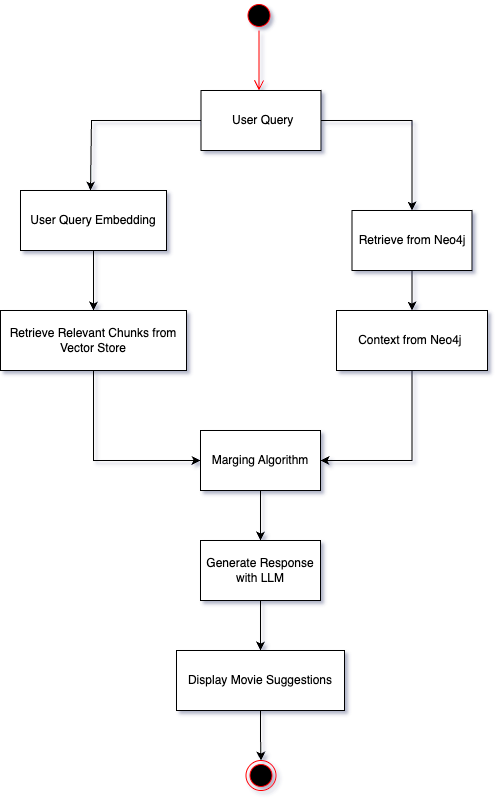
Above: Design Documents/Suggestion Generation.png in Halum/NLProc-Proj-M-SS25-team-basic (draw.io), before the change. Source tidied: cells renumbered, new cells last; positions are measured from the earlier drawing's top-left corner, leaving out a move shared by most shapes. Source of this version:
```xml
<mxGraphModel shadow="1">
  <root>
    <mxCell id="0" />
    <mxCell id="1" parent="0" />
    <mxCell id="2" style="ellipse;html=1;shape=startState;fillColor=#000000;strokeColor=#ff0000;" parent="1" vertex="1">
      <mxGeometry x="243.5" width="30" height="30" as="geometry" />
    </mxCell>
    <mxCell id="3" style="edgeStyle=orthogonalEdgeStyle;html=1;verticalAlign=bottom;endArrow=open;endSize=8;strokeColor=#ff0000;rounded=0;" parent="1" edge="1" source="2">
      <mxGeometry relative="1" as="geometry">
        <mxPoint x="258.5" y="90" as="targetPoint" />
      </mxGeometry>
    </mxCell>
    <mxCell id="4" style="edgeStyle=orthogonalEdgeStyle;rounded=0;jettySize=auto;html=1;" parent="1" edge="1" source="6" target="19">
      <mxGeometry relative="1" as="geometry" />
    </mxCell>
    <mxCell id="5" style="edgeStyle=orthogonalEdgeStyle;rounded=0;jettySize=auto;html=1;" parent="1" edge="1" source="6">
      <mxGeometry relative="1" as="geometry">
        <mxPoint x="90" y="190" as="targetPoint" />
        <Array as="points">
          <mxPoint x="91" y="120" />
        </Array>
      </mxGeometry>
    </mxCell>
    <mxCell id="6" value="&amp;nbsp;User Query" style="rounded=0;whiteSpace=wrap;html=1;" parent="1" vertex="1">
      <mxGeometry x="200.5" y="90" width="120" height="60" as="geometry" />
    </mxCell>
    <mxCell id="7" style="edgeStyle=orthogonalEdgeStyle;rounded=0;jettySize=auto;html=1;entryX=0.5;entryY=0;entryDx=0;entryDy=0;" parent="1" edge="1" source="8" target="10">
      <mxGeometry relative="1" as="geometry" />
    </mxCell>
    <mxCell id="8" value="User Query Embedding" style="rounded=0;whiteSpace=wrap;html=1;" parent="1" vertex="1">
      <mxGeometry x="20" y="190" width="146" height="60" as="geometry" />
    </mxCell>
    <mxCell id="9" style="edgeStyle=orthogonalEdgeStyle;rounded=0;jettySize=auto;html=1;entryX=0;entryY=0.5;entryDx=0;entryDy=0;exitX=0.5;exitY=1;exitDx=0;exitDy=0;" parent="1" edge="1" source="10" target="21">
      <mxGeometry relative="1" as="geometry" />
    </mxCell>
    <mxCell id="10" value="Retrieve Relevant Chunks from Vector Store" style="rounded=0;whiteSpace=wrap;html=1;" parent="1" vertex="1">
      <mxGeometry y="310" width="186" height="60" as="geometry" />
    </mxCell>
    <mxCell id="11" style="edgeStyle=orthogonalEdgeStyle;rounded=0;jettySize=auto;html=1;entryX=1;entryY=0.5;entryDx=0;entryDy=0;exitX=0.5;exitY=1;exitDx=0;exitDy=0;" parent="1" edge="1" source="12" target="21">
      <mxGeometry relative="1" as="geometry" />
    </mxCell>
    <mxCell id="12" value="Context from Neo4j&amp;nbsp;" style="rounded=0;whiteSpace=wrap;html=1;" parent="1" vertex="1">
      <mxGeometry x="336" y="310" width="151" height="60" as="geometry" />
    </mxCell>
    <mxCell id="13" style="edgeStyle=orthogonalEdgeStyle;rounded=0;jettySize=auto;html=1;" parent="1" edge="1" source="14" target="16">
      <mxGeometry relative="1" as="geometry" />
    </mxCell>
    <mxCell id="14" value="Generate Response with LLM" style="rounded=0;whiteSpace=wrap;html=1;" parent="1" vertex="1">
      <mxGeometry x="200" y="540" width="120" height="60" as="geometry" />
    </mxCell>
    <mxCell id="15" style="edgeStyle=orthogonalEdgeStyle;rounded=0;jettySize=auto;html=1;entryX=0.5;entryY=0;entryDx=0;entryDy=0;" parent="1" edge="1" source="16" target="17">
      <mxGeometry relative="1" as="geometry" />
    </mxCell>
    <mxCell id="16" value="Display Movie Suggestions" style="rounded=0;whiteSpace=wrap;html=1;" parent="1" vertex="1">
      <mxGeometry x="176" y="650" width="168" height="60" as="geometry" />
    </mxCell>
    <mxCell id="17" style="ellipse;html=1;shape=endState;fillColor=#000000;strokeColor=#ff0000;" parent="1" vertex="1">
      <mxGeometry x="245.5" y="760" width="30" height="30" as="geometry" />
    </mxCell>
    <mxCell id="18" style="edgeStyle=orthogonalEdgeStyle;rounded=0;jettySize=auto;html=1;" parent="1" edge="1" source="19" target="12">
      <mxGeometry relative="1" as="geometry" />
    </mxCell>
    <mxCell id="19" value="Retrieve from Neo4j" style="rounded=0;whiteSpace=wrap;html=1;" parent="1" vertex="1">
      <mxGeometry x="351.5" y="210" width="120" height="60" as="geometry" />
    </mxCell>
    <mxCell id="20" style="edgeStyle=orthogonalEdgeStyle;rounded=0;jettySize=auto;html=1;entryX=0.5;entryY=0;entryDx=0;entryDy=0;" parent="1" edge="1" source="21" target="14">
      <mxGeometry relative="1" as="geometry" />
    </mxCell>
    <mxCell id="21" value="Marging Algorithm" style="rounded=0;whiteSpace=wrap;html=1;" parent="1" vertex="1">
      <mxGeometry x="200" y="430" width="120" height="60" as="geometry" />
    </mxCell>
  </root>
</mxGraphModel>
```
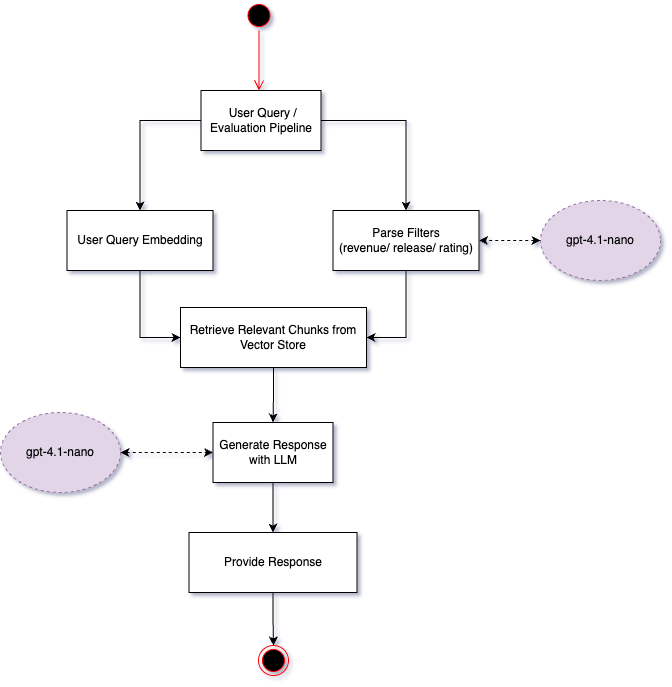
The same diagram one commit later.

What changed in the source:
```diff
@@ -3,71 +3,66 @@
     <mxCell id="0" />
     <mxCell id="1" parent="0" />
     <mxCell id="2" style="ellipse;html=1;shape=startState;fillColor=#000000;strokeColor=#ff0000;" parent="1" vertex="1">
-      <mxGeometry x="243.5" width="30" height="30" as="geometry" />
+      <mxGeometry x="113.5" y="-10" width="30" height="30" as="geometry" />
     </mxCell>
     <mxCell id="3" style="edgeStyle=orthogonalEdgeStyle;html=1;verticalAlign=bottom;endArrow=open;endSize=8;strokeColor=#ff0000;rounded=0;" parent="1" edge="1" source="2">
       <mxGeometry relative="1" as="geometry">
-        <mxPoint x="258.5" y="90" as="targetPoint" />
+        <mxPoint x="128.5" y="80" as="targetPoint" />
       </mxGeometry>
     </mxCell>
-    <mxCell id="4" style="edgeStyle=orthogonalEdgeStyle;rounded=0;jettySize=auto;html=1;" parent="1" edge="1" source="6" target="19">
+    <mxCell id="4" style="edgeStyle=orthogonalEdgeStyle;rounded=0;jettySize=auto;html=1;exitX=0;exitY=0.5;exitDx=0;exitDy=0;" parent="1" edge="1" source="6" target="8">
       <mxGeometry relative="1" as="geometry" />
     </mxCell>
-    <mxCell id="5" style="edgeStyle=orthogonalEdgeStyle;rounded=0;jettySize=auto;html=1;" parent="1" edge="1" source="6">
-      <mxGeometry relative="1" as="geometry">
-        <mxPoint x="90" y="190" as="targetPoint" />
-        <Array as="points">
-          <mxPoint x="91" y="120" />
-        </Array>
-      </mxGeometry>
+    <mxCell id="5" style="edgeStyle=orthogonalEdgeStyle;rounded=0;jettySize=auto;html=1;entryX=0.5;entryY=0;entryDx=0;entryDy=0;" parent="1" edge="1" source="6" target="17">
+      <mxGeometry relative="1" as="geometry" />
     </mxCell>
-    <mxCell id="6" value="&amp;nbsp;User Query" style="rounded=0;whiteSpace=wrap;html=1;" parent="1" vertex="1">
-      <mxGeometry x="200.5" y="90" width="120" height="60" as="geometry" />
+    <mxCell id="6" value="&amp;nbsp;User Query / Evaluation Pipeline" style="rounded=0;whiteSpace=wrap;html=1;" parent="1" vertex="1">
+      <mxGeometry x="70.5" y="80" width="120" height="60" as="geometry" />
     </mxCell>
-    <mxCell id="7" style="edgeStyle=orthogonalEdgeStyle;rounded=0;jettySize=auto;html=1;entryX=0.5;entryY=0;entryDx=0;entryDy=0;" parent="1" edge="1" source="8" target="10">
+    <mxCell id="7" style="edgeStyle=orthogonalEdgeStyle;rounded=0;jettySize=auto;html=1;entryX=0;entryY=0.5;entryDx=0;entryDy=0;" parent="1" edge="1" source="8" target="9">
       <mxGeometry relative="1" as="geometry" />
     </mxCell>
     <mxCell id="8" value="User Query Embedding" style="rounded=0;whiteSpace=wrap;html=1;" parent="1" vertex="1">
-      <mxGeometry x="20" y="190" width="146" height="60" as="geometry" />
+      <mxGeometry x="-63.5" y="200" width="146" height="60" as="geometry" />
     </mxCell>
-    <mxCell id="9" style="edgeStyle=orthogonalEdgeStyle;rounded=0;jettySize=auto;html=1;entryX=0;entryY=0.5;entryDx=0;entryDy=0;exitX=0.5;exitY=1;exitDx=0;exitDy=0;" parent="1" edge="1" source="10" target="21">
-      <mxGeometry relative="1" as="geometry" />
+    <mxCell id="9" value="Retrieve Relevant Chunks from Vector Store" style="rounded=0;whiteSpace=wrap;html=1;" parent="1" vertex="1">
+      <mxGeometry x="50" y="297" width="186" height="60" as="geometry" />
     </mxCell>
-    <mxCell id="10" value="Retrieve Relevant Chunks from Vector Store" style="rounded=0;whiteSpace=wrap;html=1;" parent="1" vertex="1">
-      <mxGeometry y="310" width="186" height="60" as="geometry" />
+    <mxCell id="10" style="edgeStyle=orthogonalEdgeStyle;rounded=0;jettySize=auto;html=1;" parent="1" edge="1" source="11" target="13">
+      <mxGeometry relative="1" as="geometry" />
     </mxCell>
-    <mxCell id="11" style="edgeStyle=orthogonalEdgeStyle;rounded=0;jettySize=auto;html=1;entryX=1;entryY=0.5;entryDx=0;entryDy=0;exitX=0.5;exitY=1;exitDx=0;exitDy=0;" parent="1" edge="1" source="12" target="21">
-      <mxGeometry relative="1" as="geometry" />
+    <mxCell id="11" value="Generate Response with LLM" style="rounded=0;whiteSpace=wrap;html=1;" parent="1" vertex="1">
+      <mxGeometry x="82.5" y="412" width="120" height="60" as="geometry" />
     </mxCell>
-    <mxCell id="12" value="Context from Neo4j&amp;nbsp;" style="rounded=0;whiteSpace=wrap;html=1;" parent="1" vertex="1">
-      <mxGeometry x="336" y="310" width="151" height="60" as="geometry" />
+    <mxCell id="12" style="edgeStyle=orthogonalEdgeStyle;rounded=0;jettySize=auto;html=1;" parent="1" edge="1" source="13" target="14">
+      <mxGeometry relative="1" as="geometry" />
     </mxCell>
-    <mxCell id="13" style="edgeStyle=orthogonalEdgeStyle;rounded=0;jettySize=auto;html=1;" parent="1" edge="1" source="14" target="16">
-      <mxGeometry relative="1" as="geometry" />
+    <mxCell id="13" value="Provide Response" style="rounded=0;whiteSpace=wrap;html=1;" parent="1" vertex="1">
+      <mxGeometry x="58.5" y="522" width="168" height="60" as="geometry" />
     </mxCell>
-    <mxCell id="14" value="Generate Response with LLM" style="rounded=0;whiteSpace=wrap;html=1;" parent="1" vertex="1">
-      <mxGeometry x="200" y="540" width="120" height="60" as="geometry" />
+    <mxCell id="14" style="ellipse;html=1;shape=endState;fillColor=#000000;strokeColor=#ff0000;" parent="1" vertex="1">
+      <mxGeometry x="128" y="635" width="30" height="30" as="geometry" />
     </mxCell>
-    <mxCell id="15" style="edgeStyle=orthogonalEdgeStyle;rounded=0;jettySize=auto;html=1;entryX=0.5;entryY=0;entryDx=0;entryDy=0;" parent="1" edge="1" source="16" target="17">
+    <mxCell id="15" style="edgeStyle=orthogonalEdgeStyle;rounded=0;jettySize=auto;html=1;entryX=0.5;entryY=0;entryDx=0;entryDy=0;exitX=0.5;exitY=1;exitDx=0;exitDy=0;" parent="1" edge="1" source="9" target="11">
       <mxGeometry relative="1" as="geometry" />
     </mxCell>
-    <mxCell id="16" value="Display Movie Suggestions" style="rounded=0;whiteSpace=wrap;html=1;" parent="1" vertex="1">
-      <mxGeometry x="176" y="650" width="168" height="60" as="geometry" />
+    <mxCell id="16" style="edgeStyle=orthogonalEdgeStyle;rounded=0;jettySize=auto;html=1;entryX=1;entryY=0.5;entryDx=0;entryDy=0;" parent="1" edge="1" source="17" target="9">
+      <mxGeometry relative="1" as="geometry" />
     </mxCell>
-    <mxCell id="17" style="ellipse;html=1;shape=endState;fillColor=#000000;strokeColor=#ff0000;" parent="1" vertex="1">
-      <mxGeometry x="245.5" y="760" width="30" height="30" as="geometry" />
+    <mxCell id="17" value="Parse Filters&lt;div&gt;(revenue/ release/ rating)&lt;/div&gt;" style="rounded=0;whiteSpace=wrap;html=1;" parent="1" vertex="1">
+      <mxGeometry x="202.5" y="200" width="146" height="60" as="geometry" />
     </mxCell>
-    <mxCell id="18" style="edgeStyle=orthogonalEdgeStyle;rounded=0;jettySize=auto;html=1;" parent="1" edge="1" source="19" target="12">
-      <mxGeometry relative="1" as="geometry" />
+    <mxCell id="18" value="gpt-4.1-nano" style="ellipse;whiteSpace=wrap;html=1;dashed=1;fillColor=#e1d5e7;strokeColor=#9673a6;" parent="1" vertex="1">
+      <mxGeometry x="-130" y="402" width="120" height="80" as="geometry" />
     </mxCell>
-    <mxCell id="19" value="Retrieve from Neo4j" style="rounded=0;whiteSpace=wrap;html=1;" parent="1" vertex="1">
-      <mxGeometry x="351.5" y="210" width="120" height="60" as="geometry" />
+    <mxCell id="19" style="endArrow=classic;startArrow=classic;html=1;rounded=0;exitX=1;exitY=0.5;exitDx=0;exitDy=0;entryX=0;entryY=0.5;entryDx=0;entryDy=0;dashed=1;" parent="1" edge="1" source="18" target="11">
+      <mxGeometry relative="1" as="geometry" />
     </mxCell>
-    <mxCell id="20" style="edgeStyle=orthogonalEdgeStyle;rounded=0;jettySize=auto;html=1;entryX=0.5;entryY=0;entryDx=0;entryDy=0;" parent="1" edge="1" source="21" target="14">
-      <mxGeometry relative="1" as="geometry" />
+    <mxCell id="20" value="gpt-4.1-nano" style="ellipse;whiteSpace=wrap;html=1;dashed=1;fillColor=#e1d5e7;strokeColor=#9673a6;" parent="1" vertex="1">
+      <mxGeometry x="410" y="190" width="120" height="80" as="geometry" />
     </mxCell>
-    <mxCell id="21" value="Marging Algorithm" style="rounded=0;whiteSpace=wrap;html=1;" parent="1" vertex="1">
-      <mxGeometry x="200" y="430" width="120" height="60" as="geometry" />
+    <mxCell id="21" style="endArrow=classic;startArrow=classic;html=1;rounded=0;entryX=1;entryY=0.5;entryDx=0;entryDy=0;dashed=1;exitX=0;exitY=0.5;exitDx=0;exitDy=0;" parent="1" edge="1" source="20" target="17">
+      <mxGeometry relative="1" as="geometry" />
     </mxCell>
   </root>
 </mxGraphModel>
```
